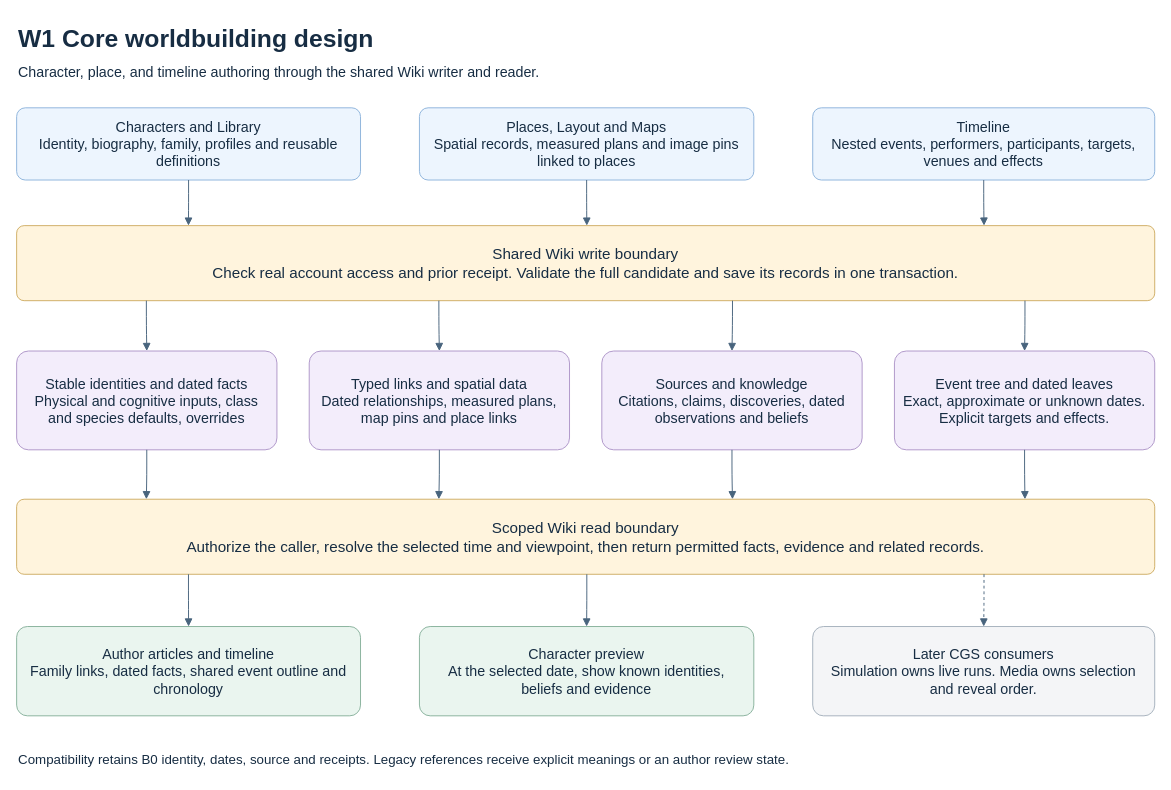
The draw.io diagram page "W1 Core worldbuilding design" (5 of 17) of docs/CGS_Codex_Local_Handoff/CGS_First_Playable_Architecture.drawio in DEVdaVinci/CGS-v1, before the edit. Source tidied: cells renumbered, new cells numbered last; positions are measured from the earlier drawing's top-left corner, leaving out a move shared by most shapes. Both pictures are drawn from the tidied source at 95%, with x=0, y=0 at pixel (16, 16).
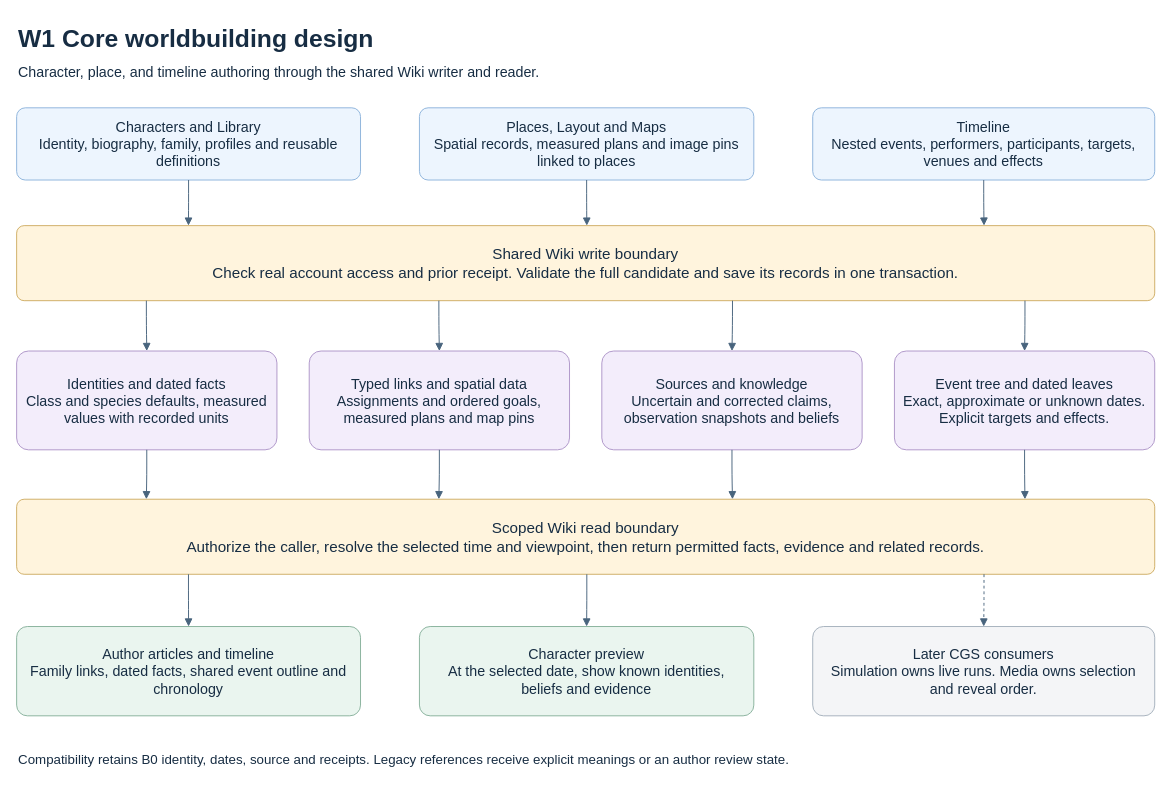
The same page after the edit.

Diff of the diagram source:
```diff
@@
-    <mxCell id="8" value="Stable identities and dated facts&#10;Physical and cognitive inputs, class and species defaults, overrides" style="rounded=1;arcSize=12;whiteSpace=wrap;spacing=8;fontSize=15;fillColor=#F3EDFB;strokeColor=#AE96C9;fontColor=#172D43;" parent="1" vertex="1">
+    <mxCell id="8" value="Identities and dated facts&#10;Class and species defaults, measured values with recorded units" style="rounded=1;arcSize=12;whiteSpace=wrap;spacing=8;fontSize=15;fillColor=#F3EDFB;strokeColor=#AE96C9;fontColor=#172D43;" parent="1" vertex="1">
       <mxGeometry y="352" width="274" height="104" as="geometry" />
     </mxCell>
-    <mxCell id="9" value="Typed links and spatial data&#10;Dated relationships, measured plans, map pins and place links" style="rounded=1;arcSize=12;whiteSpace=wrap;spacing=8;fontSize=15;fillColor=#F3EDFB;strokeColor=#AE96C9;fontColor=#172D43;" parent="1" vertex="1">
+    <mxCell id="9" value="Typed links and spatial data&#10;Assignments and ordered goals, measured plans and map pins" style="rounded=1;arcSize=12;whiteSpace=wrap;spacing=8;fontSize=15;fillColor=#F3EDFB;strokeColor=#AE96C9;fontColor=#172D43;" parent="1" vertex="1">
       <mxGeometry x="308" y="352" width="274" height="104" as="geometry" />
     </mxCell>
-    <mxCell id="10" value="Sources and knowledge&#10;Citations, claims, discoveries, dated observations and beliefs" style="rounded=1;arcSize=12;whiteSpace=wrap;spacing=8;fontSize=15;fillColor=#F3EDFB;strokeColor=#AE96C9;fontColor=#172D43;" parent="1" vertex="1">
+    <mxCell id="10" value="Sources and knowledge&#10;Uncertain and corrected claims, observation snapshots and beliefs" style="rounded=1;arcSize=12;whiteSpace=wrap;spacing=8;fontSize=15;fillColor=#F3EDFB;strokeColor=#AE96C9;fontColor=#172D43;" parent="1" vertex="1">
       <mxGeometry x="616" y="352" width="274" height="104" as="geometry" />
     </mxCell>
```
